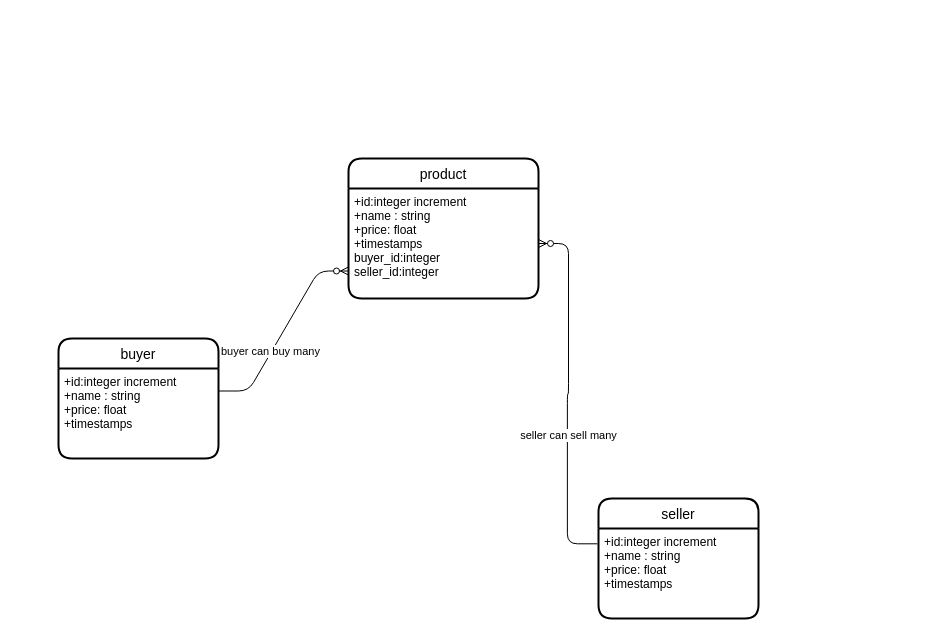
Above: databaseDesign/ecommeceDatabaseDesign.drawio in mosamircs/e_commerce (draw.io), before the change. Source tidied: cells renumbered, new cells numbered last; positions are measured from the earlier drawing's top-left corner, leaving out a move shared by most shapes. Both pictures are drawn from the tidied source at 100%, with x=0, y=0 at pixel (58, 158).
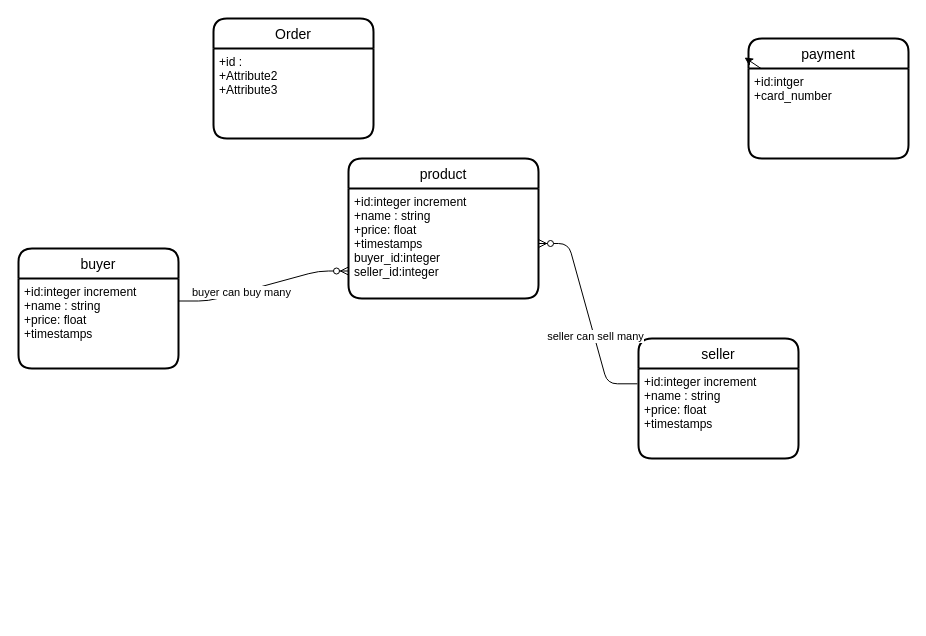
The same diagram, later.

Change to the diagram source:
```diff
@@
 <mxGraphModel>
   <root>
     <mxCell id="0" />
     <mxCell id="1" parent="0" />
     <mxCell id="2" value="product" style="swimlane;horizontal=1;startSize=30;rounded=1;fontSize=14;fontStyle=0;strokeWidth=2;shadow=0;dashed=0;align=center;" parent="1" vertex="1">
       <mxGeometry x="290" width="190" height="140" as="geometry" />
     </mxCell>
     <mxCell id="3" value="+id:integer increment&#10;+name : string &#10;+price: float&#10;+timestamps&#10;buyer_id:integer&#10;seller_id:integer" style="align=left;strokeColor=none;fillColor=none;spacingLeft=4;fontSize=12;verticalAlign=top;" parent="2" vertex="1">
       <mxGeometry y="30" width="190" height="110" as="geometry" />
     </mxCell>
     <mxCell id="4" value="buyer" style="swimlane;horizontal=1;startSize=30;rounded=1;fontSize=14;fontStyle=0;strokeWidth=2;shadow=0;dashed=0;align=center;" parent="1" vertex="1">
-      <mxGeometry y="180" width="160" height="120" as="geometry" />
+      <mxGeometry x="-40" y="90" width="160" height="120" as="geometry" />
     </mxCell>
     <mxCell id="5" value="+id:integer increment&#10;+name : string &#10;+price: float&#10;+timestamps&#10;" style="align=left;strokeColor=none;fillColor=none;spacingLeft=4;fontSize=12;verticalAlign=top;" parent="4" vertex="1">
       <mxGeometry y="30" width="160" height="90" as="geometry" />
     </mxCell>
     <mxCell id="6" value="seller" style="swimlane;horizontal=1;startSize=30;rounded=1;fontSize=14;fontStyle=0;strokeWidth=2;shadow=0;dashed=0;align=center;" parent="1" vertex="1">
-      <mxGeometry x="540" y="340" width="160" height="120" as="geometry" />
+      <mxGeometry x="580" y="180" width="160" height="120" as="geometry" />
     </mxCell>
     <mxCell id="7" value="+id:integer increment&#10;+name : string &#10;+price: float&#10;+timestamps" style="align=left;strokeColor=none;fillColor=none;spacingLeft=4;fontSize=12;verticalAlign=top;" parent="6" vertex="1">
       <mxGeometry y="30" width="160" height="90" as="geometry" />
     </mxCell>
     <mxCell id="8" style="edgeStyle=entityRelationEdgeStyle;fontSize=12;html=1;endArrow=ERzeroToMany;endFill=1;exitX=1;exitY=0.25;exitDx=0;exitDy=0;entryX=0;entryY=0.75;entryDx=0;entryDy=0;" parent="1" edge="1" source="5" target="3">
       <mxGeometry relative="1" as="geometry" />
     </mxCell>
     <mxCell id="9" value="buyer can buy many&amp;nbsp;&amp;nbsp;" style="edgeLabel;html=1;align=center;verticalAlign=middle;" parent="8" vertex="1">
       <mxGeometry x="-0.23" y="-1" relative="1" as="geometry" />
     </mxCell>
     <mxCell id="10" style="edgeStyle=entityRelationEdgeStyle;fontSize=12;html=1;endArrow=ERzeroToMany;endFill=1;exitX=-0.007;exitY=0.17;exitDx=0;exitDy=0;exitPerimeter=0;" parent="1" edge="1" source="7" target="3">
       <mxGeometry relative="1" as="geometry" />
     </mxCell>
     <mxCell id="11" value="seller can sell many" style="edgeLabel;html=1;align=center;verticalAlign=middle;" parent="10" vertex="1">
       <mxGeometry x="-0.23" y="-1" relative="1" as="geometry" />
     </mxCell>
+    <mxCell id="12" value="payment" style="swimlane;horizontal=1;startSize=30;rounded=1;fontSize=14;fontStyle=0;strokeWidth=2;shadow=0;dashed=0;align=center;" parent="1" vertex="1">
+      <mxGeometry x="690" y="-120" width="160" height="120" as="geometry" />
+    </mxCell>
+    <mxCell id="13" style="edgeStyle=none;html=1;entryX=-0.025;entryY=0.158;entryDx=0;entryDy=0;entryPerimeter=0;" parent="12" edge="1" source="14" target="12">
+      <mxGeometry relative="1" as="geometry" />
+    </mxCell>
+    <mxCell id="14" value="+id:intger&#10;+card_number" style="align=left;strokeColor=none;fillColor=none;spacingLeft=4;fontSize=12;verticalAlign=top;" parent="12" vertex="1">
+      <mxGeometry y="30" width="160" height="90" as="geometry" />
+    </mxCell>
+    <mxCell id="15" value="Order" style="swimlane;horizontal=1;startSize=30;rounded=1;fontSize=14;fontStyle=0;strokeWidth=2;shadow=0;dashed=0;align=center;" parent="1" vertex="1">
+      <mxGeometry x="155" y="-140" width="160" height="120" as="geometry" />
+    </mxCell>
+    <mxCell id="16" value="+id : &#10;+Attribute2&#10;+Attribute3" style="align=left;strokeColor=none;fillColor=none;spacingLeft=4;fontSize=12;verticalAlign=top;" parent="15" vertex="1">
+      <mxGeometry y="30" width="160" height="90" as="geometry" />
+    </mxCell>
   </root>
 </mxGraphModel>
```
